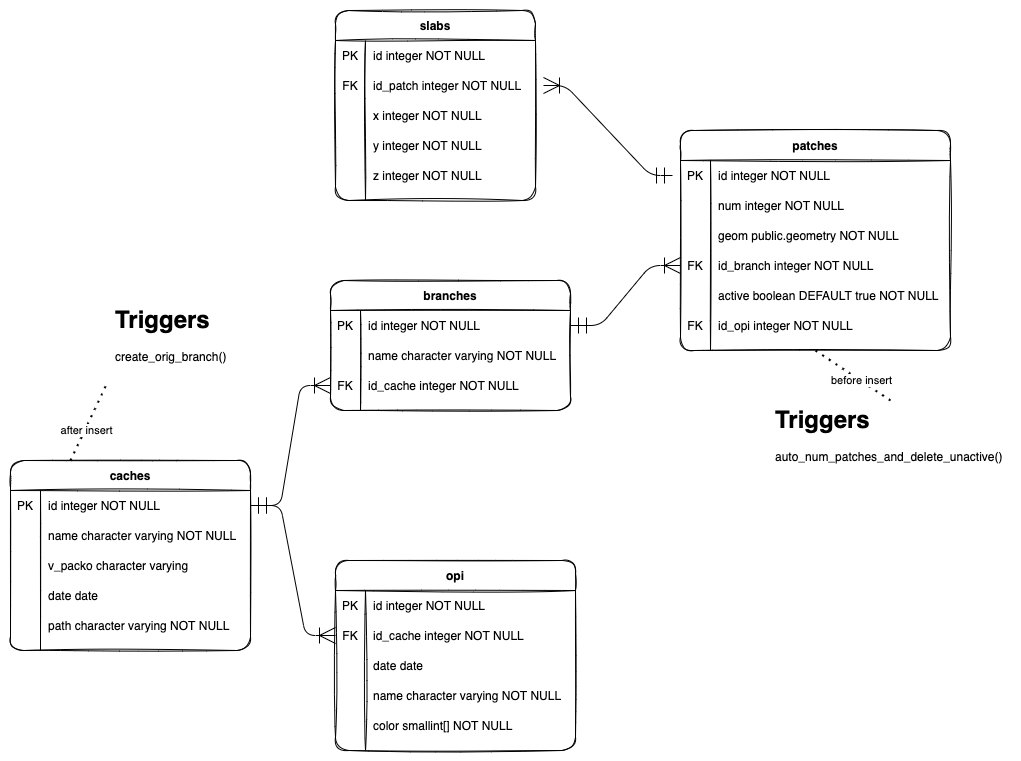
Above: doc/BD_packo.drawio.png in ign-packo/PackO (draw.io), before the change. Source tidied: cells renumbered, new cells last; positions are measured from the earlier drawing's top-left corner, leaving out a move shared by most shapes.
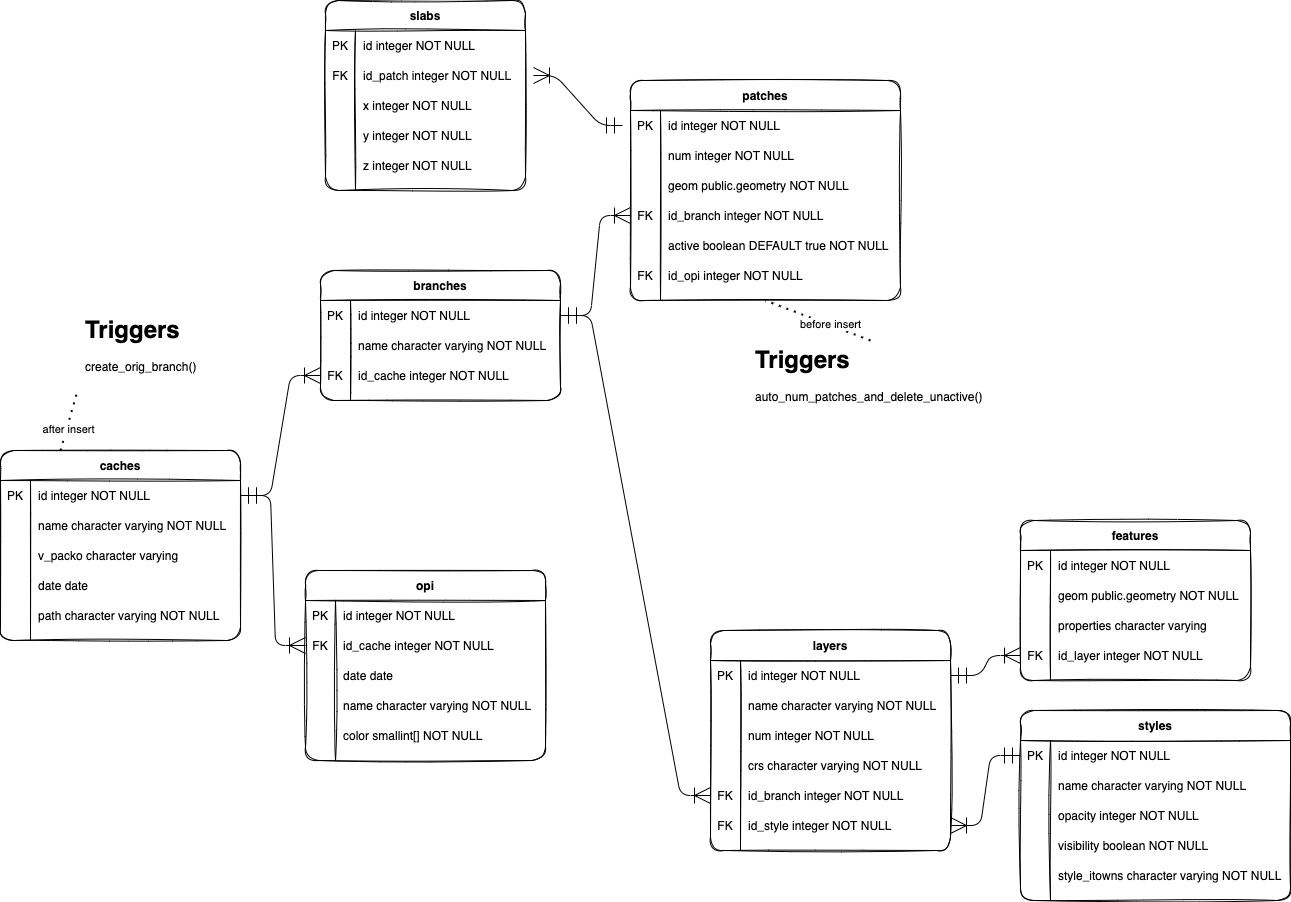
After the commit.

The edit, as a diff of the source:
```diff
@@ -81,7 +81,7 @@
       <mxGeometry x="30" width="210" height="30" as="geometry" />
     </mxCell>
     <mxCell id="28" value="opi" style="shape=table;startSize=30;rowLines=0;fontStyle=1;align=center;sketch=1;rounded=1;" parent="1" vertex="1">
-      <mxGeometry x="325" y="550" width="240" height="190" as="geometry" />
+      <mxGeometry x="305" y="570" width="240" height="190" as="geometry" />
     </mxCell>
     <mxCell id="29" style="shape=partialRectangle;fillColor=none;top=0;left=0;right=0;bottom=0;sketch=1;rounded=1;" parent="28" vertex="1">
       <mxGeometry y="30" width="240" height="30" as="geometry" />
@@ -177,7 +177,7 @@
       <mxGeometry x="30" width="170" height="30" as="geometry" />
     </mxCell>
     <mxCell id="60" value="patches" style="shape=table;startSize=30;rowLines=0;fontStyle=1;align=center;sketch=1;rounded=1;" parent="1" vertex="1">
-      <mxGeometry x="670" y="120" width="270" height="220" as="geometry" />
+      <mxGeometry x="630" y="80" width="270" height="220" as="geometry" />
     </mxCell>
     <mxCell id="61" style="shape=partialRectangle;fillColor=none;points=[[0,0.5],[1,0.5]];portConstraint=eastwest;top=0;left=0;right=0;bottom=0;sketch=1;rounded=1;" parent="60" vertex="1">
       <mxGeometry y="30" width="270" height="30" as="geometry" />
@@ -249,7 +249,7 @@
       <mxGeometry relative="1" as="geometry" />
     </mxCell>
     <mxCell id="84" value="&lt;h1&gt;Triggers&lt;/h1&gt;&lt;p&gt;create_orig_branch()&lt;/p&gt;&lt;p&gt;&lt;br&gt;&lt;/p&gt;&lt;p&gt;&lt;br&gt;&lt;/p&gt;&lt;p&gt;&lt;br&gt;&lt;/p&gt;" style="text;html=1;strokeColor=none;fillColor=none;spacing=5;spacingTop=-20;whiteSpace=wrap;overflow=hidden;rounded=0;hachureGap=4;" parent="1" vertex="1">
-      <mxGeometry x="100" y="290" width="150" height="120" as="geometry" />
+      <mxGeometry x="80" y="310" width="150" height="120" as="geometry" />
     </mxCell>
     <mxCell id="85" style="endArrow=none;dashed=1;html=1;dashPattern=1 3;strokeWidth=2;startSize=14;endSize=14;sourcePerimeterSpacing=8;targetPerimeterSpacing=8;entryX=-0.027;entryY=0.7;entryDx=0;entryDy=0;entryPerimeter=0;exitX=0.25;exitY=0;exitDx=0;exitDy=0;" parent="1" edge="1" source="12" target="84">
       <mxGeometry relative="1" as="geometry" />
@@ -264,7 +264,160 @@
       <mxGeometry x="-0.2" y="-1" relative="1" as="geometry" />
     </mxCell>
     <mxCell id="89" value="&lt;h1&gt;Triggers&lt;/h1&gt;&lt;p&gt;&lt;span&gt;auto_num_patches_and_delete_unactive()&lt;/span&gt;&lt;br&gt;&lt;/p&gt;&lt;p&gt;&lt;br&gt;&lt;/p&gt;&lt;p&gt;&lt;br&gt;&lt;/p&gt;&lt;p&gt;&lt;br&gt;&lt;/p&gt;" style="text;html=1;strokeColor=none;fillColor=none;spacing=5;spacingTop=-20;whiteSpace=wrap;overflow=hidden;rounded=0;hachureGap=4;" parent="1" vertex="1">
-      <mxGeometry x="760" y="390" width="240" height="80" as="geometry" />
+      <mxGeometry x="750" y="340" width="240" height="80" as="geometry" />
     </mxCell>
+    <mxCell id="90" value="layers" style="shape=table;startSize=30;rowLines=0;fontStyle=1;align=center;sketch=1;rounded=1;" parent="1" vertex="1">
+      <mxGeometry x="710" y="630" width="240" height="220" as="geometry" />
+    </mxCell>
+    <mxCell id="91" style="shape=partialRectangle;fillColor=none;points=[[0,0.5],[1,0.5]];portConstraint=eastwest;top=0;left=0;right=0;bottom=0;" parent="90" vertex="1">
+      <mxGeometry y="30" width="240" height="30" as="geometry" />
+    </mxCell>
+    <mxCell id="92" value="PK" style="shape=partialRectangle;overflow=hidden;fillColor=none;top=0;left=0;bottom=0;right=0;" parent="91" vertex="1">
+      <mxGeometry width="30" height="30" as="geometry" />
+    </mxCell>
+    <mxCell id="93" value="id integer NOT NULL" style="shape=partialRectangle;overflow=hidden;fillColor=none;top=0;left=0;bottom=0;right=0;align=left;spacingLeft=6;" parent="91" vertex="1">
+      <mxGeometry x="30" width="210" height="30" as="geometry" />
+    </mxCell>
+    <mxCell id="94" style="shape=partialRectangle;fillColor=none;top=0;left=0;right=0;bottom=0;" parent="90" vertex="1">
+      <mxGeometry y="60" width="240" height="30" as="geometry" />
+    </mxCell>
+    <mxCell id="95" style="shape=partialRectangle;overflow=hidden;fillColor=none;top=0;left=0;bottom=0;right=0;" parent="94" vertex="1">
+      <mxGeometry width="30" height="30" as="geometry" />
+    </mxCell>
+    <mxCell id="96" value="name character varying NOT NULL" style="shape=partialRectangle;overflow=hidden;fillColor=none;top=0;left=0;bottom=0;right=0;align=left;spacingLeft=6;" parent="94" vertex="1">
+      <mxGeometry x="30" width="210" height="30" as="geometry" />
+    </mxCell>
+    <mxCell id="97" style="shape=partialRectangle;fillColor=none;top=0;left=0;right=0;bottom=0;" parent="90" vertex="1">
+      <mxGeometry y="90" width="240" height="30" as="geometry" />
+    </mxCell>
+    <mxCell id="98" style="shape=partialRectangle;overflow=hidden;fillColor=none;top=0;left=0;bottom=0;right=0;" parent="97" vertex="1">
+      <mxGeometry width="30" height="30" as="geometry" />
+    </mxCell>
+    <mxCell id="99" value="num integer NOT NULL" style="shape=partialRectangle;overflow=hidden;fillColor=none;top=0;left=0;bottom=0;right=0;align=left;spacingLeft=6;" parent="97" vertex="1">
+      <mxGeometry x="30" width="210" height="30" as="geometry" />
+    </mxCell>
+    <mxCell id="100" style="shape=partialRectangle;fillColor=none;top=0;left=0;right=0;bottom=0;" parent="90" vertex="1">
+      <mxGeometry y="120" width="240" height="30" as="geometry" />
+    </mxCell>
+    <mxCell id="101" style="shape=partialRectangle;overflow=hidden;fillColor=none;top=0;left=0;bottom=0;right=0;" parent="100" vertex="1">
+      <mxGeometry width="30" height="30" as="geometry" />
+    </mxCell>
+    <mxCell id="102" value="crs character varying NOT NULL" style="shape=partialRectangle;overflow=hidden;fillColor=none;top=0;left=0;bottom=0;right=0;align=left;spacingLeft=6;" parent="100" vertex="1">
+      <mxGeometry x="30" width="210" height="30" as="geometry" />
+    </mxCell>
+    <mxCell id="103" style="shape=partialRectangle;fillColor=none;points=[[0,0.5],[1,0.5]];portConstraint=eastwest;top=0;left=0;right=0;bottom=0;" parent="90" vertex="1">
+      <mxGeometry y="150" width="240" height="30" as="geometry" />
+    </mxCell>
+    <mxCell id="104" value="FK" style="shape=partialRectangle;overflow=hidden;fillColor=none;top=0;left=0;bottom=0;right=0;" parent="103" vertex="1">
+      <mxGeometry width="30" height="30" as="geometry" />
+    </mxCell>
+    <mxCell id="105" value="id_branch integer NOT NULL" style="shape=partialRectangle;overflow=hidden;fillColor=none;top=0;left=0;bottom=0;right=0;align=left;spacingLeft=6;" parent="103" vertex="1">
+      <mxGeometry x="30" width="210" height="30" as="geometry" />
+    </mxCell>
+    <mxCell id="106" style="shape=partialRectangle;fillColor=none;points=[[0,0.5],[1,0.5]];portConstraint=eastwest;top=0;left=0;right=0;bottom=0;" parent="90" vertex="1">
+      <mxGeometry y="180" width="240" height="30" as="geometry" />
+    </mxCell>
+    <mxCell id="107" value="FK" style="shape=partialRectangle;overflow=hidden;fillColor=none;top=0;left=0;bottom=0;right=0;" parent="106" vertex="1">
+      <mxGeometry width="30" height="30" as="geometry" />
+    </mxCell>
+    <mxCell id="108" value="id_style integer NOT NULL" style="shape=partialRectangle;overflow=hidden;fillColor=none;top=0;left=0;bottom=0;right=0;align=left;spacingLeft=6;" parent="106" vertex="1">
+      <mxGeometry x="30" width="210" height="30" as="geometry" />
+    </mxCell>
+    <mxCell id="109" value="features" style="shape=table;startSize=30;rowLines=0;fontStyle=1;align=center;sketch=1;rounded=1;" parent="1" vertex="1">
+      <mxGeometry x="1020" y="520" width="230" height="160" as="geometry" />
+    </mxCell>
+    <mxCell id="110" style="shape=partialRectangle;fillColor=none;top=0;left=0;right=0;bottom=0;" parent="109" vertex="1">
+      <mxGeometry y="30" width="230" height="30" as="geometry" />
+    </mxCell>
+    <mxCell id="111" value="PK" style="shape=partialRectangle;overflow=hidden;fillColor=none;top=0;left=0;bottom=0;right=0;" parent="110" vertex="1">
+      <mxGeometry width="30" height="30" as="geometry" />
+    </mxCell>
+    <mxCell id="112" value="id integer NOT NULL" style="shape=partialRectangle;overflow=hidden;fillColor=none;top=0;left=0;bottom=0;right=0;align=left;spacingLeft=6;" parent="110" vertex="1">
+      <mxGeometry x="30" width="200" height="30" as="geometry" />
+    </mxCell>
+    <mxCell id="113" style="shape=partialRectangle;fillColor=none;top=0;left=0;right=0;bottom=0;" parent="109" vertex="1">
+      <mxGeometry y="60" width="230" height="30" as="geometry" />
+    </mxCell>
+    <mxCell id="114" style="shape=partialRectangle;overflow=hidden;fillColor=none;top=0;left=0;bottom=0;right=0;" parent="113" vertex="1">
+      <mxGeometry width="30" height="30" as="geometry" />
+    </mxCell>
+    <mxCell id="115" value="geom public.geometry NOT NULL" style="shape=partialRectangle;overflow=hidden;fillColor=none;top=0;left=0;bottom=0;right=0;align=left;spacingLeft=6;" parent="113" vertex="1">
+      <mxGeometry x="30" width="200" height="30" as="geometry" />
+    </mxCell>
+    <mxCell id="116" style="shape=partialRectangle;fillColor=none;top=0;left=0;right=0;bottom=0;" parent="109" vertex="1">
+      <mxGeometry y="90" width="230" height="30" as="geometry" />
+    </mxCell>
+    <mxCell id="117" style="shape=partialRectangle;overflow=hidden;fillColor=none;top=0;left=0;bottom=0;right=0;" parent="116" vertex="1">
+      <mxGeometry width="30" height="30" as="geometry" />
+    </mxCell>
+    <mxCell id="118" value="properties character varying" style="shape=partialRectangle;overflow=hidden;fillColor=none;top=0;left=0;bottom=0;right=0;align=left;spacingLeft=6;" parent="116" vertex="1">
+      <mxGeometry x="30" width="200" height="30" as="geometry" />
+    </mxCell>
+    <mxCell id="119" style="shape=partialRectangle;fillColor=none;points=[[0,0.5],[1,0.5]];portConstraint=eastwest;top=0;left=0;right=0;bottom=0;" parent="109" vertex="1">
+      <mxGeometry y="120" width="230" height="30" as="geometry" />
+    </mxCell>
+    <mxCell id="120" value="FK" style="shape=partialRectangle;overflow=hidden;fillColor=none;top=0;left=0;bottom=0;right=0;" parent="119" vertex="1">
+      <mxGeometry width="30" height="30" as="geometry" />
+    </mxCell>
+    <mxCell id="121" value="id_layer integer NOT NULL" style="shape=partialRectangle;overflow=hidden;fillColor=none;top=0;left=0;bottom=0;right=0;align=left;spacingLeft=6;" parent="119" vertex="1">
+      <mxGeometry x="30" width="200" height="30" as="geometry" />
+    </mxCell>
+    <mxCell id="122" value="styles" style="shape=table;startSize=30;rowLines=0;fontStyle=1;align=center;rounded=1;sketch=1;" parent="1" vertex="1">
+      <mxGeometry x="1020" y="710" width="270" height="190" as="geometry" />
+    </mxCell>
+    <mxCell id="123" style="shape=partialRectangle;fillColor=none;points=[[0,0.5],[1,0.5]];portConstraint=eastwest;top=0;left=0;right=0;bottom=0;" parent="122" vertex="1">
+      <mxGeometry y="30" width="270" height="30" as="geometry" />
+    </mxCell>
+    <mxCell id="124" value="PK" style="shape=partialRectangle;overflow=hidden;fillColor=none;top=0;left=0;bottom=0;right=0;" parent="123" vertex="1">
+      <mxGeometry width="30" height="30" as="geometry" />
+    </mxCell>
+    <mxCell id="125" value="id integer NOT NULL" style="shape=partialRectangle;overflow=hidden;fillColor=none;top=0;left=0;bottom=0;right=0;align=left;spacingLeft=6;" parent="123" vertex="1">
+      <mxGeometry x="30" width="240" height="30" as="geometry" />
+    </mxCell>
+    <mxCell id="126" style="shape=partialRectangle;fillColor=none;top=0;left=0;right=0;bottom=0;" parent="122" vertex="1">
+      <mxGeometry y="60" width="270" height="30" as="geometry" />
+    </mxCell>
+    <mxCell id="127" style="shape=partialRectangle;overflow=hidden;fillColor=none;top=0;left=0;bottom=0;right=0;" parent="126" vertex="1">
+      <mxGeometry width="30" height="30" as="geometry" />
+    </mxCell>
+    <mxCell id="128" value="name character varying NOT NULL" style="shape=partialRectangle;overflow=hidden;fillColor=none;top=0;left=0;bottom=0;right=0;align=left;spacingLeft=6;" parent="126" vertex="1">
+      <mxGeometry x="30" width="240" height="30" as="geometry" />
+    </mxCell>
+    <mxCell id="129" style="shape=partialRectangle;fillColor=none;top=0;left=0;right=0;bottom=0;" parent="122" vertex="1">
+      <mxGeometry y="90" width="270" height="30" as="geometry" />
+    </mxCell>
+    <mxCell id="130" style="shape=partialRectangle;overflow=hidden;fillColor=none;top=0;left=0;bottom=0;right=0;" parent="129" vertex="1">
+      <mxGeometry width="30" height="30" as="geometry" />
+    </mxCell>
+    <mxCell id="131" value="opacity integer NOT NULL" style="shape=partialRectangle;overflow=hidden;fillColor=none;top=0;left=0;bottom=0;right=0;align=left;spacingLeft=6;" parent="129" vertex="1">
+      <mxGeometry x="30" width="240" height="30" as="geometry" />
+    </mxCell>
+    <mxCell id="132" style="shape=partialRectangle;fillColor=none;top=0;left=0;right=0;bottom=0;" parent="122" vertex="1">
+      <mxGeometry y="120" width="270" height="30" as="geometry" />
+    </mxCell>
+    <mxCell id="133" style="shape=partialRectangle;overflow=hidden;fillColor=none;top=0;left=0;bottom=0;right=0;" parent="132" vertex="1">
+      <mxGeometry width="30" height="30" as="geometry" />
+    </mxCell>
+    <mxCell id="134" value="visibility boolean NOT NULL" style="shape=partialRectangle;overflow=hidden;fillColor=none;top=0;left=0;bottom=0;right=0;align=left;spacingLeft=6;" parent="132" vertex="1">
+      <mxGeometry x="30" width="240" height="30" as="geometry" />
+    </mxCell>
+    <mxCell id="135" style="shape=partialRectangle;fillColor=none;top=0;left=0;right=0;bottom=0;" parent="122" vertex="1">
+      <mxGeometry y="150" width="270" height="30" as="geometry" />
+    </mxCell>
+    <mxCell id="136" style="shape=partialRectangle;overflow=hidden;fillColor=none;top=0;left=0;bottom=0;right=0;" parent="135" vertex="1">
+      <mxGeometry width="30" height="30" as="geometry" />
+    </mxCell>
+    <mxCell id="137" value="style_itowns character varying NOT NULL" style="shape=partialRectangle;overflow=hidden;fillColor=none;top=0;left=0;bottom=0;right=0;align=left;spacingLeft=6;" parent="135" vertex="1">
+      <mxGeometry x="30" width="240" height="30" as="geometry" />
+    </mxCell>
+    <mxCell id="138" style="edgeStyle=entityRelationEdgeStyle;fontSize=12;html=1;endArrow=ERoneToMany;startArrow=ERmandOne;startSize=14;endSize=14;sourcePerimeterSpacing=8;targetPerimeterSpacing=8;entryX=0;entryY=0.5;entryDx=0;entryDy=0;exitX=1;exitY=0.5;exitDx=0;exitDy=0;" parent="1" edge="1" source="91" target="119">
+      <mxGeometry relative="1" as="geometry" />
+    </mxCell>
+    <mxCell id="139" style="edgeStyle=entityRelationEdgeStyle;fontSize=12;html=1;endArrow=ERoneToMany;startArrow=ERmandOne;startSize=14;endSize=14;sourcePerimeterSpacing=8;targetPerimeterSpacing=8;entryX=0;entryY=0.5;entryDx=0;entryDy=0;exitX=1;exitY=0.5;exitDx=0;exitDy=0;" parent="1" edge="1" source="3" target="103">
+      <mxGeometry relative="1" as="geometry" />
+    </mxCell>
+    <mxCell id="140" style="edgeStyle=entityRelationEdgeStyle;fontSize=12;html=1;endArrow=ERoneToMany;startArrow=ERmandOne;startSize=14;endSize=14;sourcePerimeterSpacing=8;targetPerimeterSpacing=8;entryX=1;entryY=0.5;entryDx=0;entryDy=0;exitX=0;exitY=0.5;exitDx=0;exitDy=0;" parent="1" edge="1" source="123" target="106">
+      <mxGeometry relative="1" as="geometry" />
+    </mxCell>
   </root>
 </mxGraphModel>
```
